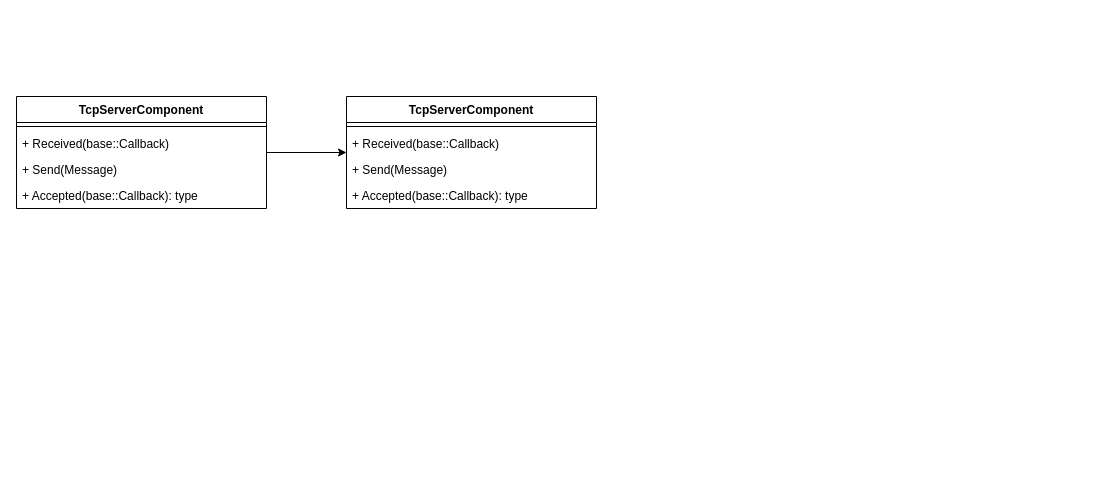
This is page "components" (4 of 4) of doc/arch.drawio from ISSuh/link, a draw.io file, before an edit. Source tidied: cells renumbered, new cells numbered last; positions are measured from the earlier drawing's top-left corner, leaving out a move shared by most shapes. Both pictures are drawn from the tidied source at 100%, with x=0, y=0 at pixel (16, 96).
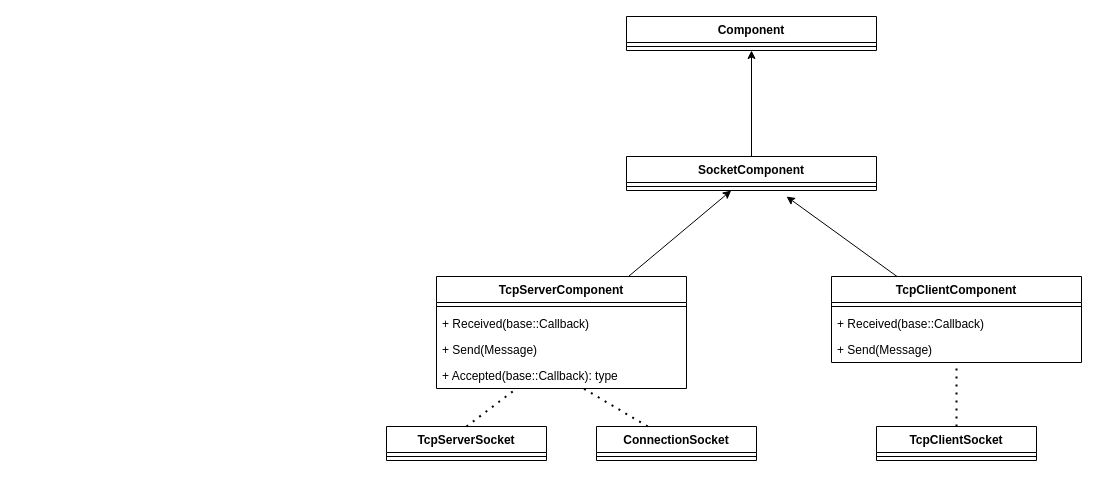
The same diagram, later.

Unchanged cells that the change refers to:
```xml
<mxCell id="7" value="+ Accepted(base::Callback): type" style="text;strokeColor=none;fillColor=none;align=left;verticalAlign=top;spacingLeft=4;spacingRight=4;overflow=hidden;points=[[0,0.5],[1,0.5]];portConstraint=eastwest;" parent="3" vertex="1">
  <mxGeometry y="86" width="250" height="26" as="geometry" />
</mxCell>
```

Change to the diagram source:
```diff
@@
     <mxCell id="3" value="TcpServerComponent" style="swimlane;fontStyle=1;align=center;verticalAlign=top;horizontal=1;startSize=26;" parent="1" vertex="1">
-      <mxGeometry width="250" height="112" as="geometry" />
+      <mxGeometry x="420" y="180" width="250" height="112" as="geometry" />
     </mxCell>
@@
+    <mxCell id="13" style="edgeStyle=none;html=1;entryX=0.5;entryY=1;entryDx=0;entryDy=0;" parent="1" edge="1" source="8" target="14">
+      <mxGeometry relative="1" as="geometry" />
+    </mxCell>
-    <mxCell id="8" value="TcpServerComponent" style="swimlane;fontStyle=1;align=center;verticalAlign=top;horizontal=1;startSize=26;" parent="1" vertex="1">
-      <mxGeometry x="330" width="250" height="112" as="geometry" />
+    <mxCell id="8" value="SocketComponent" style="swimlane;fontStyle=1;align=center;verticalAlign=top;horizontal=1;startSize=26;" parent="1" vertex="1">
+      <mxGeometry x="610" y="60" width="250" height="34" as="geometry" />
     </mxCell>
@@
+    <mxCell id="14" value="Component" style="swimlane;fontStyle=1;align=center;verticalAlign=top;horizontal=1;startSize=26;" parent="1" vertex="1">
+      <mxGeometry x="610" y="-80" width="250" height="34" as="geometry" />
+    </mxCell>
+    <mxCell id="15" style="line;strokeWidth=1;fillColor=none;align=left;verticalAlign=middle;spacingTop=-1;spacingLeft=3;spacingRight=3;labelPosition=right;" parent="14" vertex="1">
+      <mxGeometry y="26" width="250" height="8" as="geometry" />
+    </mxCell>
+    <mxCell id="16" style="edgeStyle=none;html=1;" parent="1" edge="1" source="17">
+      <mxGeometry relative="1" as="geometry">
+        <mxPoint x="770" y="100" as="targetPoint" />
+      </mxGeometry>
+    </mxCell>
+    <mxCell id="17" value="TcpClientComponent" style="swimlane;fontStyle=1;align=center;verticalAlign=top;horizontal=1;startSize=26;" parent="1" vertex="1">
+      <mxGeometry x="815" y="180" width="250" height="86" as="geometry" />
+    </mxCell>
+    <mxCell id="18" style="line;strokeWidth=1;fillColor=none;align=left;verticalAlign=middle;spacingTop=-1;spacingLeft=3;spacingRight=3;labelPosition=right;" parent="17" vertex="1">
+      <mxGeometry y="26" width="250" height="8" as="geometry" />
+    </mxCell>
-    <mxCell id="10" value="+ Received(base::Callback)" style="text;strokeColor=none;fillColor=none;align=left;verticalAlign=top;spacingLeft=4;spacingRight=4;overflow=hidden;" parent="8" vertex="1">
+    <mxCell id="10" value="+ Received(base::Callback)" style="text;strokeColor=none;fillColor=none;align=left;verticalAlign=top;spacingLeft=4;spacingRight=4;overflow=hidden;" parent="17" vertex="1">
       <mxGeometry y="34" width="250" height="26" as="geometry" />
     </mxCell>
-    <mxCell id="11" value="+ Send(Message)" style="text;strokeColor=none;fillColor=none;align=left;verticalAlign=top;spacingLeft=4;spacingRight=4;overflow=hidden;points=[[0,0.5],[1,0.5]];portConstraint=eastwest;" parent="8" vertex="1">
+    <mxCell id="11" value="+ Send(Message)" style="text;strokeColor=none;fillColor=none;align=left;verticalAlign=top;spacingLeft=4;spacingRight=4;overflow=hidden;points=[[0,0.5],[1,0.5]];portConstraint=eastwest;" parent="17" vertex="1">
       <mxGeometry y="60" width="250" height="26" as="geometry" />
     </mxCell>
-    <mxCell id="12" value="+ Accepted(base::Callback): type" style="text;strokeColor=none;fillColor=none;align=left;verticalAlign=top;spacingLeft=4;spacingRight=4;overflow=hidden;" parent="8" vertex="1">
-      <mxGeometry y="86" width="250" height="26" as="geometry" />
-    </mxCell>
+    <mxCell id="19" value="TcpServerSocket" style="swimlane;fontStyle=1;align=center;verticalAlign=top;horizontal=1;startSize=26;" parent="1" vertex="1">
+      <mxGeometry x="370" y="330" width="160" height="34" as="geometry" />
+    </mxCell>
+    <mxCell id="20" style="line;strokeWidth=1;fillColor=none;align=left;verticalAlign=middle;spacingTop=-1;spacingLeft=3;spacingRight=3;labelPosition=right;" parent="19" vertex="1">
+      <mxGeometry y="26" width="160" height="8" as="geometry" />
+    </mxCell>
+    <mxCell id="21" value="TcpClientSocket" style="swimlane;fontStyle=1;align=center;verticalAlign=top;horizontal=1;startSize=26;" parent="1" vertex="1">
+      <mxGeometry x="860" y="330" width="160" height="34" as="geometry" />
+    </mxCell>
+    <mxCell id="22" style="line;strokeWidth=1;fillColor=none;align=left;verticalAlign=middle;spacingTop=-1;spacingLeft=3;spacingRight=3;labelPosition=right;" parent="21" vertex="1">
+      <mxGeometry y="26" width="160" height="8" as="geometry" />
+    </mxCell>
+    <mxCell id="23" value="ConnectionSocket" style="swimlane;fontStyle=1;align=center;verticalAlign=top;horizontal=1;startSize=26;" parent="1" vertex="1">
+      <mxGeometry x="580" y="330" width="160" height="34" as="geometry" />
+    </mxCell>
+    <mxCell id="24" style="line;strokeWidth=1;fillColor=none;align=left;verticalAlign=middle;spacingTop=-1;spacingLeft=3;spacingRight=3;labelPosition=right;" parent="23" vertex="1">
+      <mxGeometry y="26" width="160" height="8" as="geometry" />
+    </mxCell>
+    <mxCell id="25" style="endArrow=none;dashed=1;html=1;dashPattern=1 3;strokeWidth=2;exitX=0.5;exitY=0;exitDx=0;exitDy=0;entryX=0.316;entryY=1.032;entryDx=0;entryDy=0;entryPerimeter=0;" parent="1" edge="1" source="19" target="7">
+      <mxGeometry relative="1" as="geometry" />
+    </mxCell>
+    <mxCell id="26" style="endArrow=none;dashed=1;html=1;dashPattern=1 3;strokeWidth=2;" parent="1" edge="1" source="23" target="7">
+      <mxGeometry relative="1" as="geometry" />
+    </mxCell>
+    <mxCell id="27" style="endArrow=none;dashed=1;html=1;dashPattern=1 3;strokeWidth=2;" parent="1" edge="1" source="21" target="11">
+      <mxGeometry relative="1" as="geometry" />
+    </mxCell>
```
